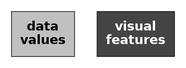
This is Diagrams/vis-clutter.png from pmur002/hdvw, a Graphviz export, as it was before one commit. Its source is kept beside it as Diagrams/vis-clutter.dot. The source it was exported from:
```dot
digraph {
  graph [ rankdir=LR; margin=.2; nodesep=.5 ];
  node [ fontsize=20; fontname="sans bold"; margin=.2 ];
  data [ label="data\nvalues"; shape=box; style=filled; fillcolor=gray ]
  vis [ label="visual\nfeatures"; shape=box;
        style=filled; fillcolor="#444444"; fontcolor=white ]
  data -> vis [ style="invis" ]
}
```
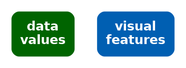
Later version of the same file.

The edit, as a diff of the source:
```diff
@@ -1,8 +1,8 @@
 digraph {
   graph [ rankdir=LR; margin=.2; nodesep=.5 ];
   node [ fontsize=20; fontname="sans bold"; margin=.2 ];
-  data [ label="data\nvalues"; shape=box; style=filled; fillcolor=gray ]
+  data [ label="data\nvalues"; shape=box; style="filled, rounded"; penwidth=0; fontcolor=white; fillcolor="#006400" ]
   vis [ label="visual\nfeatures"; shape=box;
-        style=filled; fillcolor="#444444"; fontcolor=white ]
-  data -> vis [ style="invis" ]
+     style="filled, rounded"; penwidth=0; fontcolor=white; fillcolor="#005FB2" ]
+  data -> vis [ color="#006400;0.1:#006314;0.1:#006328;0.1:#00623B;0.1:#00624F;0.1:#006163;0.1:#006177;0.1:#00608A;0.1:#00609E;0.1:#005FB2;0.1" ] [ style="invis" ]
 }
```
